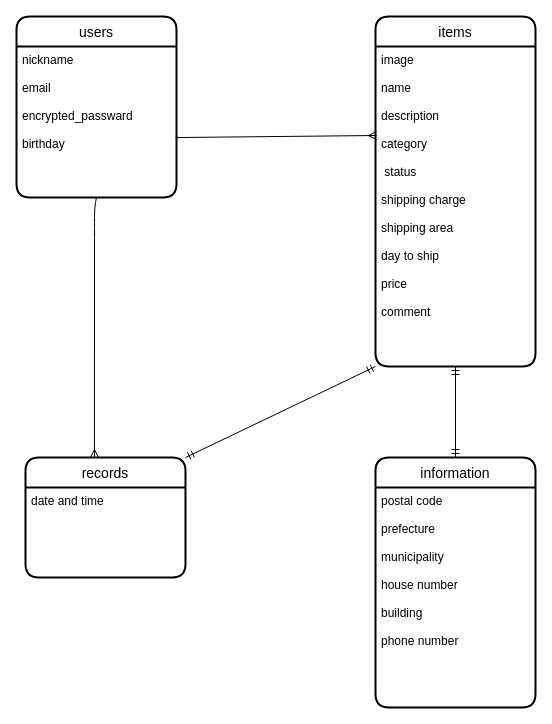
Above: furima.dio in jo070419/furima-35864 (draw.io), before the change. Source tidied: cells renumbered, new cells numbered last; positions are measured from the earlier drawing's top-left corner, leaving out a move shared by most shapes. Both pictures are drawn from the tidied source at 100%, with x=0, y=0 at pixel (16, 16).
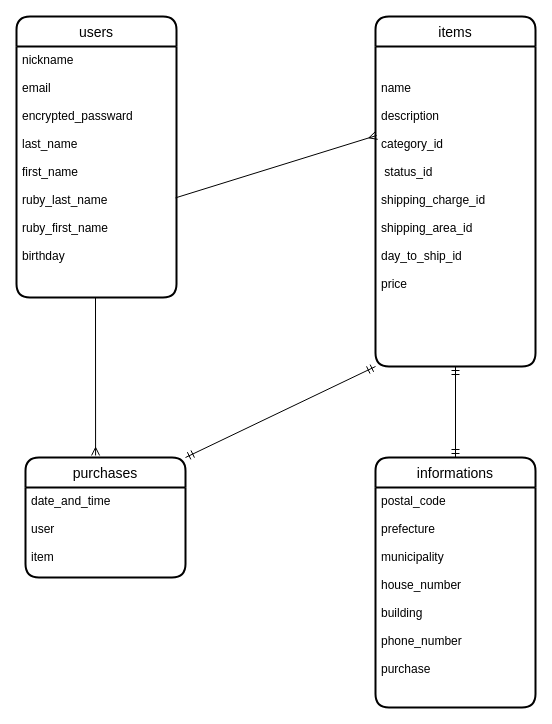
The same diagram, later.

Commit message (it also covers changes not shown here):
データベース設計修正２

What changed in the source:
```diff
@@
 <mxGraphModel>
   <root>
     <mxCell id="0" />
     <mxCell id="1" parent="0" />
     <mxCell id="2" value="users" style="swimlane;horizontal=1;startSize=30;rounded=1;fontSize=14;fontStyle=0;strokeWidth=2;shadow=0;dashed=0;align=center;" parent="1" vertex="1">
-      <mxGeometry width="160" height="181" as="geometry" />
+      <mxGeometry width="160" height="281" as="geometry" />
     </mxCell>
-    <mxCell id="3" value="nickname&#10;&#10;email&#10;&#10;encrypted_passward&#10;&#10;birthday&#10;&#10;&#10;" style="align=left;strokeColor=none;fillColor=none;spacingLeft=4;fontSize=12;verticalAlign=top;" parent="2" vertex="1">
-      <mxGeometry y="30" width="160" height="151" as="geometry" />
+    <mxCell id="3" value="nickname&#10;&#10;email&#10;&#10;encrypted_passward&#10;&#10;last_name&#10;&#10;first_name&#10;&#10;ruby_last_name&#10;&#10;ruby_first_name&#10;&#10;birthday&#10;&#10;&#10;" style="align=left;strokeColor=none;fillColor=none;spacingLeft=4;fontSize=12;verticalAlign=top;" parent="2" vertex="1">
+      <mxGeometry y="30" width="160" height="251" as="geometry" />
     </mxCell>
     <mxCell id="4" value="items" style="swimlane;horizontal=1;startSize=30;rounded=1;fontSize=14;fontStyle=0;strokeWidth=2;shadow=0;dashed=0;align=center;" parent="1" vertex="1">
       <mxGeometry x="359" width="160" height="350" as="geometry" />
     </mxCell>
-    <mxCell id="5" value="image&#10;&#10;name&#10;&#10;description&#10;&#10;category&#10;&#10; status&#10;&#10;shipping charge&#10;&#10;shipping area&#10;&#10;day to ship&#10;&#10;price&#10;&#10;comment" style="align=left;strokeColor=none;fillColor=none;spacingLeft=4;fontSize=12;verticalAlign=top;" parent="4" vertex="1">
+    <mxCell id="5" value="&#10;&#10;name&#10;&#10;description&#10;&#10;category_id&#10;&#10; status_id&#10;&#10;shipping_charge_id&#10;&#10;shipping_area_id&#10;&#10;day_to_ship_id&#10;&#10;price" style="align=left;strokeColor=none;fillColor=none;spacingLeft=4;fontSize=12;verticalAlign=top;" parent="4" vertex="1">
       <mxGeometry y="30" width="160" height="320" as="geometry" />
     </mxCell>
-    <mxCell id="6" value="records" style="swimlane;horizontal=1;startSize=30;rounded=1;fontSize=14;fontStyle=0;strokeWidth=2;shadow=0;dashed=0;align=center;" parent="1" vertex="1">
+    <mxCell id="6" value="purchases" style="swimlane;horizontal=1;startSize=30;rounded=1;fontSize=14;fontStyle=0;strokeWidth=2;shadow=0;dashed=0;align=center;" parent="1" vertex="1">
       <mxGeometry x="9" y="441" width="160" height="120" as="geometry" />
     </mxCell>
-    <mxCell id="7" value="date and time&#10;" style="align=left;strokeColor=none;fillColor=none;spacingLeft=4;fontSize=12;verticalAlign=top;" parent="6" vertex="1">
+    <mxCell id="7" value="date_and_time&#10;&#10;user&#10;&#10;item&#10;" style="align=left;strokeColor=none;fillColor=none;spacingLeft=4;fontSize=12;verticalAlign=top;" parent="6" vertex="1">
       <mxGeometry y="30" width="160" height="90" as="geometry" />
     </mxCell>
-    <mxCell id="8" value="information" style="swimlane;horizontal=1;startSize=30;rounded=1;fontSize=14;fontStyle=0;strokeWidth=2;shadow=0;dashed=0;align=center;" parent="1" vertex="1">
+    <mxCell id="8" value="informations" style="swimlane;horizontal=1;startSize=30;rounded=1;fontSize=14;fontStyle=0;strokeWidth=2;shadow=0;dashed=0;align=center;" parent="1" vertex="1">
       <mxGeometry x="359" y="441" width="160" height="250" as="geometry" />
     </mxCell>
-    <mxCell id="9" value="postal code&#10;&#10;prefecture&#10;&#10;municipality&#10;&#10;house number&#10;&#10;building&#10;&#10;phone number" style="align=left;strokeColor=none;fillColor=none;spacingLeft=4;fontSize=12;verticalAlign=top;" parent="8" vertex="1">
+    <mxCell id="9" value="postal_code&#10;&#10;prefecture&#10;&#10;municipality&#10;&#10;house_number&#10;&#10;building&#10;&#10;phone_number&#10;&#10;purchase" style="align=left;strokeColor=none;fillColor=none;spacingLeft=4;fontSize=12;verticalAlign=top;" parent="8" vertex="1">
       <mxGeometry y="30" width="160" height="220" as="geometry" />
     </mxCell>
-    <mxCell id="10" style="fontSize=12;html=1;endArrow=ERmany;exitX=0.5;exitY=1;exitDx=0;exitDy=0;entryX=0.431;entryY=0;entryDx=0;entryDy=0;entryPerimeter=0;" parent="1" edge="1" source="3" target="6">
-      <mxGeometry relative="1" as="geometry">
-        <Array as="points">
-          <mxPoint x="78" y="191" />
-          <mxPoint x="78" y="211" />
-        </Array>
-      </mxGeometry>
-    </mxCell>
     <mxCell id="11" style="fontSize=12;html=1;endArrow=ERmany;exitX=0.994;exitY=0.603;exitDx=0;exitDy=0;exitPerimeter=0;" parent="1" edge="1" source="3">
       <mxGeometry relative="1" as="geometry">
         <mxPoint x="360" y="119" as="targetPoint" />
       </mxGeometry>
     </mxCell>
     <mxCell id="12" style="fontSize=12;html=1;endArrow=ERmandOne;startArrow=ERmandOne;entryX=0.5;entryY=1;entryDx=0;entryDy=0;exitX=0.5;exitY=0;exitDx=0;exitDy=0;" parent="1" edge="1" source="8" target="5">
       <mxGeometry relative="1" as="geometry" />
     </mxCell>
     <mxCell id="13" style="fontSize=12;html=1;endArrow=ERmandOne;startArrow=ERmandOne;entryX=0;entryY=1;entryDx=0;entryDy=0;" parent="1" edge="1" target="5">
       <mxGeometry relative="1" as="geometry">
         <mxPoint x="169" y="441" as="sourcePoint" />
       </mxGeometry>
     </mxCell>
+    <mxCell id="14" style="fontSize=12;html=1;endArrow=ERmany;entryX=0.438;entryY=-0.017;entryDx=0;entryDy=0;entryPerimeter=0;" parent="1" edge="1" target="6">
+      <mxGeometry relative="1" as="geometry">
+        <mxPoint x="79" y="281" as="sourcePoint" />
+      </mxGeometry>
+    </mxCell>
   </root>
 </mxGraphModel>
```
